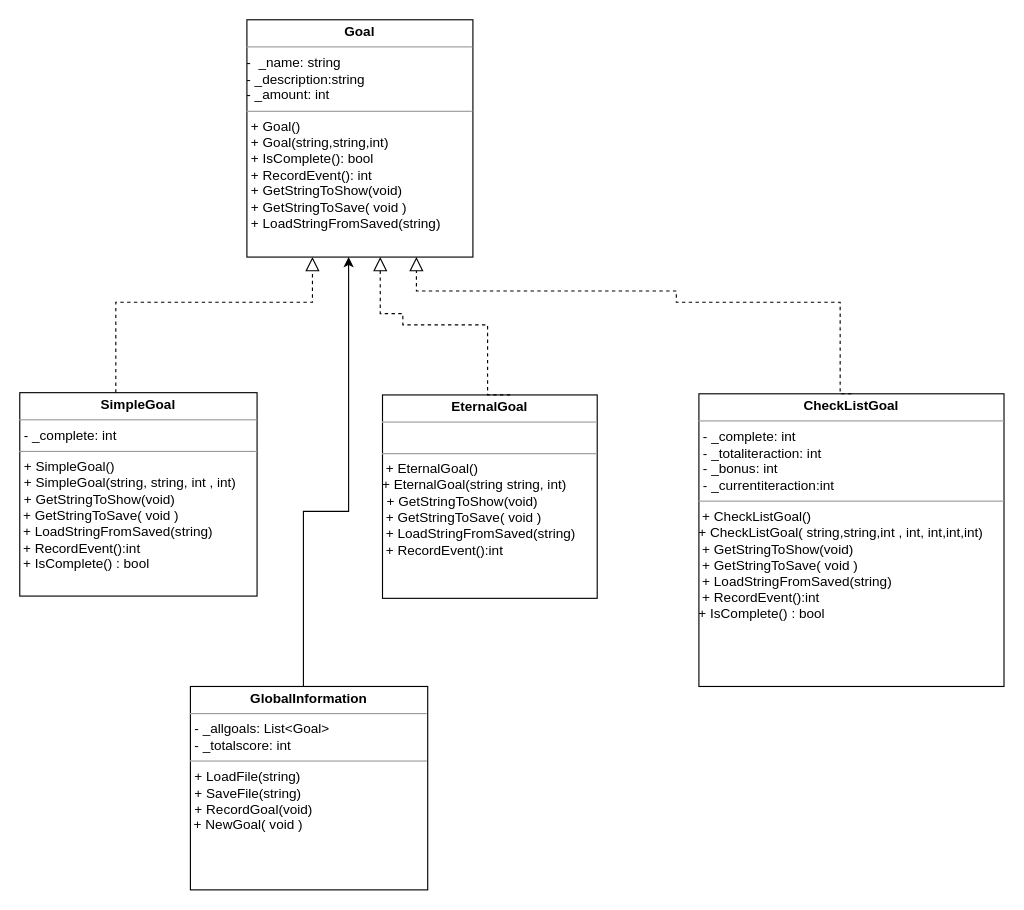
Earlier version of the draw.io diagram prove/Develop05/Develop05.drawio (amaurisiqueira/CSE-210). Source tidied: cells renumbered, new cells numbered last; positions are measured from the earlier drawing's top-left corner, leaving out a move shared by most shapes. Both pictures are drawn from the tidied source at 113%, with x=0, y=0 at pixel (19, 19).
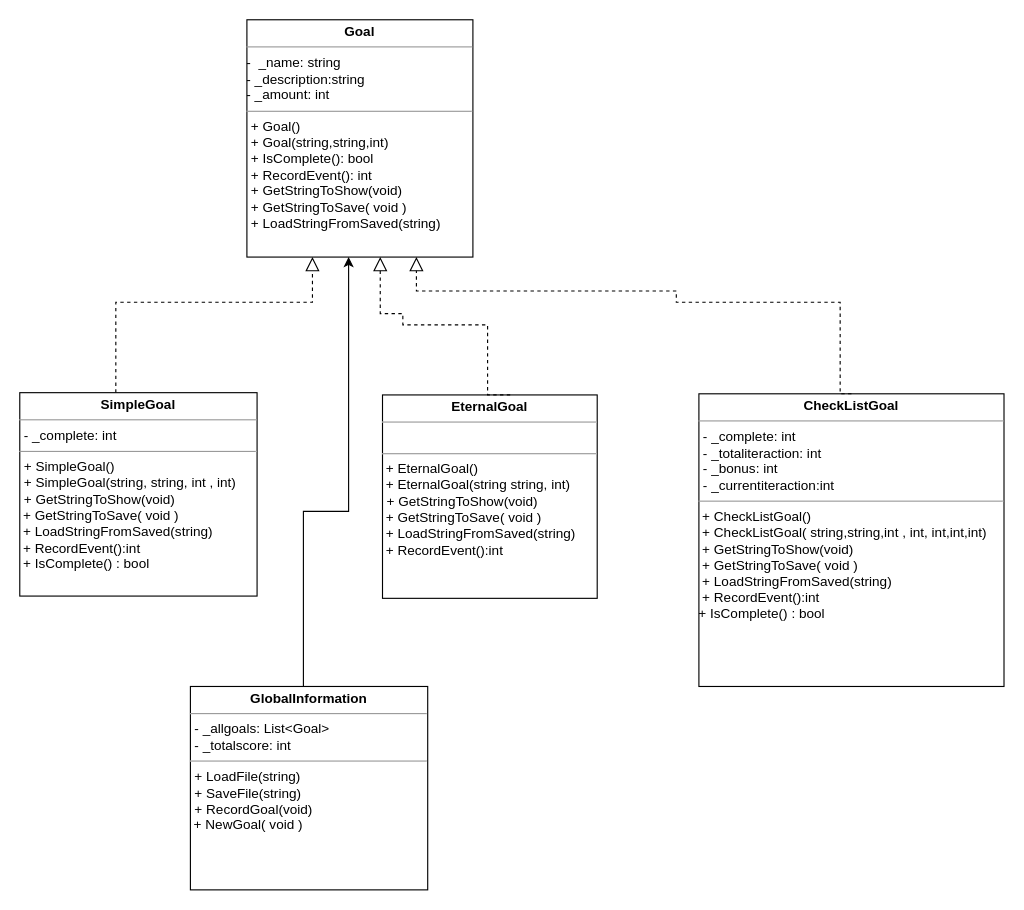
The same page after the edit.

Diff of the diagram source:
```diff
@@
-    <mxCell id="4" value="&lt;p style=&quot;margin:0px;margin-top:4px;text-align:center;&quot;&gt;&lt;b&gt;EternalGoal&lt;/b&gt;&lt;/p&gt;&lt;hr size=&quot;1&quot;&gt;&lt;p style=&quot;margin:0px;margin-left:4px;&quot;&gt;&lt;br&gt;&lt;/p&gt;&lt;hr size=&quot;1&quot;&gt;&amp;nbsp;+ EternalGoal()&lt;br&gt;+ EternalGoal(string string, int)&lt;br&gt;&lt;p style=&quot;border-color: var(--border-color); margin: 0px 0px 0px 4px;&quot;&gt;+ GetStringToShow(void)&lt;/p&gt;&amp;nbsp;+ GetStringToSave( void )&lt;br style=&quot;border-color: var(--border-color);&quot;&gt;&amp;nbsp;+ LoadStringFromSaved(string)&amp;nbsp;&lt;br style=&quot;border-color: var(--border-color);&quot;&gt;&amp;nbsp;+&amp;nbsp;RecordEvent():int&amp;nbsp;" style="verticalAlign=top;align=left;overflow=fill;fontSize=12;fontFamily=Helvetica;html=1;rounded=0;shadow=0;comic=0;labelBackgroundColor=none;strokeWidth=1;" parent="1" vertex="1">
+    <mxCell id="4" value="&lt;p style=&quot;margin:0px;margin-top:4px;text-align:center;&quot;&gt;&lt;b&gt;EternalGoal&lt;/b&gt;&lt;/p&gt;&lt;hr size=&quot;1&quot;&gt;&lt;p style=&quot;margin:0px;margin-left:4px;&quot;&gt;&lt;br&gt;&lt;/p&gt;&lt;hr size=&quot;1&quot;&gt;&amp;nbsp;+ EternalGoal()&lt;br&gt;&amp;nbsp;+ EternalGoal(string string, int)&lt;br&gt;&lt;p style=&quot;border-color: var(--border-color); margin: 0px 0px 0px 4px;&quot;&gt;+ GetStringToShow(void)&lt;/p&gt;&amp;nbsp;+ GetStringToSave( void )&lt;br style=&quot;border-color: var(--border-color);&quot;&gt;&amp;nbsp;+ LoadStringFromSaved(string)&amp;nbsp;&lt;br style=&quot;border-color: var(--border-color);&quot;&gt;&amp;nbsp;+&amp;nbsp;RecordEvent():int&amp;nbsp;" style="verticalAlign=top;align=left;overflow=fill;fontSize=12;fontFamily=Helvetica;html=1;rounded=0;shadow=0;comic=0;labelBackgroundColor=none;strokeWidth=1;" parent="1" vertex="1">
       <mxGeometry x="321" y="332" width="190" height="180" as="geometry" />
     </mxCell>
@@
-    <mxCell id="6" value="&lt;p style=&quot;margin:0px;margin-top:4px;text-align:center;&quot;&gt;&lt;b&gt;CheckListGoal&lt;/b&gt;&lt;/p&gt;&lt;hr size=&quot;1&quot;&gt;&lt;p style=&quot;margin:0px;margin-left:4px;&quot;&gt;- _complete: int&lt;/p&gt;&lt;p style=&quot;margin:0px;margin-left:4px;&quot;&gt;- _totaliteraction: int&lt;/p&gt;&lt;p style=&quot;margin:0px;margin-left:4px;&quot;&gt;- _bonus: int&lt;/p&gt;&lt;p style=&quot;margin:0px;margin-left:4px;&quot;&gt;- _currentiteraction:int&lt;/p&gt;&lt;hr size=&quot;1&quot;&gt;&amp;nbsp;+ CheckListGoal()&lt;br&gt;+ CheckListGoal( string,string,int , int, int,int,int)&lt;br&gt;&amp;nbsp;+ GetStringToShow(void)&lt;br&gt;&amp;nbsp;+ GetStringToSave( void )&lt;br style=&quot;border-color: var(--border-color);&quot;&gt;&amp;nbsp;+ LoadStringFromSaved(string)&amp;nbsp;&lt;br style=&quot;border-color: var(--border-color);&quot;&gt;&amp;nbsp;+&amp;nbsp;RecordEvent():int&lt;br&gt;+ IsComplete() : bool&lt;br style=&quot;border-color: var(--border-color);&quot;&gt;&amp;nbsp;" style="verticalAlign=top;align=left;overflow=fill;fontSize=12;fontFamily=Helvetica;html=1;rounded=0;shadow=0;comic=0;labelBackgroundColor=none;strokeWidth=1;" parent="1" vertex="1">
+    <mxCell id="6" value="&lt;p style=&quot;margin:0px;margin-top:4px;text-align:center;&quot;&gt;&lt;b&gt;CheckListGoal&lt;/b&gt;&lt;/p&gt;&lt;hr size=&quot;1&quot;&gt;&lt;p style=&quot;margin:0px;margin-left:4px;&quot;&gt;- _complete: int&lt;/p&gt;&lt;p style=&quot;margin:0px;margin-left:4px;&quot;&gt;- _totaliteraction: int&lt;/p&gt;&lt;p style=&quot;margin:0px;margin-left:4px;&quot;&gt;- _bonus: int&lt;/p&gt;&lt;p style=&quot;margin:0px;margin-left:4px;&quot;&gt;- _currentiteraction:int&lt;/p&gt;&lt;hr size=&quot;1&quot;&gt;&amp;nbsp;+ CheckListGoal()&lt;br&gt;&amp;nbsp;+ CheckListGoal( string,string,int , int, int,int,int)&lt;br&gt;&amp;nbsp;+ GetStringToShow(void)&lt;br&gt;&amp;nbsp;+ GetStringToSave( void )&lt;br style=&quot;border-color: var(--border-color);&quot;&gt;&amp;nbsp;+ LoadStringFromSaved(string)&amp;nbsp;&lt;br style=&quot;border-color: var(--border-color);&quot;&gt;&amp;nbsp;+&amp;nbsp;RecordEvent():int&lt;br&gt;+ IsComplete() : bool&lt;br style=&quot;border-color: var(--border-color);&quot;&gt;&amp;nbsp;" style="verticalAlign=top;align=left;overflow=fill;fontSize=12;fontFamily=Helvetica;html=1;rounded=0;shadow=0;comic=0;labelBackgroundColor=none;strokeWidth=1;" parent="1" vertex="1">
       <mxGeometry x="601" y="331" width="270" height="259" as="geometry" />
     </mxCell>
```
